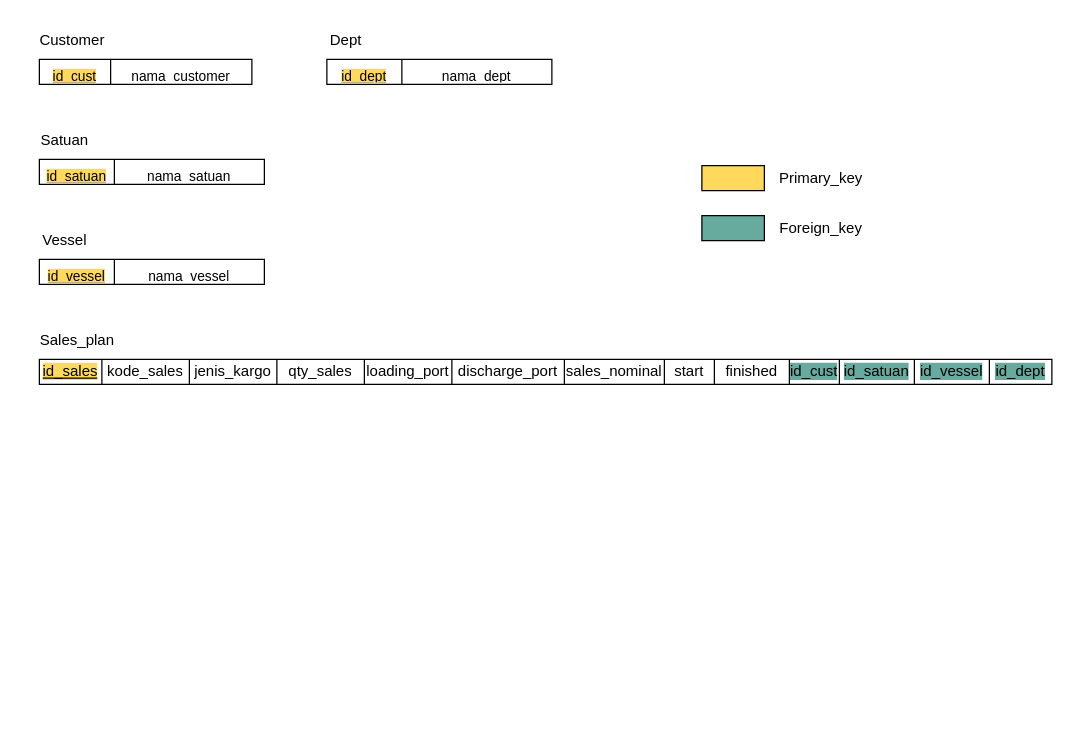
This is page "Relational Schema" (3 of 3) of MMM.drawio from Mabrural/mitra-maritim, a draw.io file, before an edit. Source tidied: cells renumbered, new cells numbered last; positions are measured from the earlier drawing's top-left corner, leaving out a move shared by most shapes. Both pictures are drawn from the tidied source at 125%, with x=0, y=0 at pixel (21, 21).
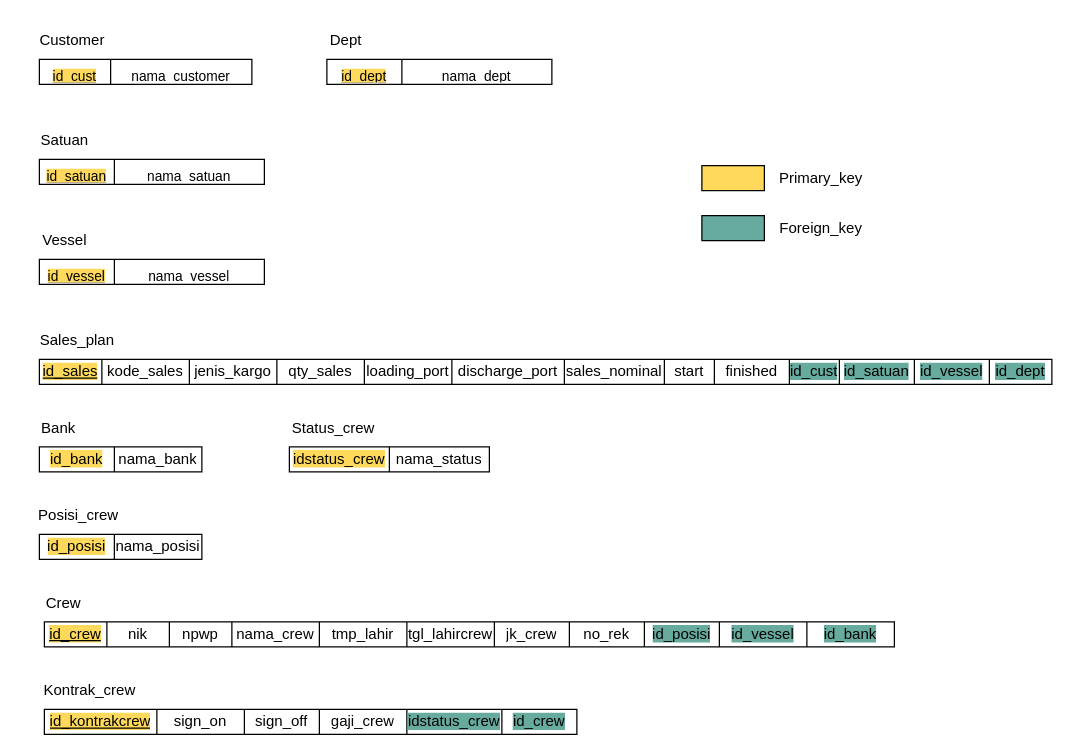
Above is the later version.

Commit message (it also covers changes not shown here):
CRUD kontrak crew sudah berhasil, update database sistem.sql, dan file desain draw.io

Change to the diagram source:
```diff
@@
+    <mxCell id="42" value="Crew" style="text;html=1;align=center;verticalAlign=middle;strokeColor=none;fillColor=none;" parent="1" vertex="1">
+      <mxGeometry x="8" y="450" width="50" height="30" as="geometry" />
+    </mxCell>
+    <mxCell id="43" style="shape=table;startSize=0;childLayout=tableLayout;" parent="1" vertex="1">
+      <mxGeometry x="18" y="480" width="680" height="20" as="geometry" />
+    </mxCell>
+    <mxCell id="44" style="shape=tableRow;horizontal=0;startSize=0;swimlaneHead=0;swimlaneBody=0;strokeColor=inherit;top=0;left=0;bottom=0;right=0;fillColor=none;" parent="43" vertex="1">
+      <mxGeometry width="680" height="20" as="geometry" />
+    </mxCell>
+    <mxCell id="45" value="&lt;u style=&quot;background-color: rgb(255, 217, 92);&quot;&gt;id_crew&lt;/u&gt;" style="shape=partialRectangle;html=1;whiteSpace=wrap;strokeColor=inherit;overflow=hidden;fillColor=none;top=0;left=0;bottom=0;right=0;" parent="44" vertex="1">
+      <mxGeometry width="50" height="20" as="geometry" />
+    </mxCell>
+    <mxCell id="46" value="nik" style="shape=partialRectangle;html=1;whiteSpace=wrap;strokeColor=inherit;overflow=hidden;fillColor=none;top=0;left=0;bottom=0;right=0;" parent="44" vertex="1">
+      <mxGeometry x="50" width="50" height="20" as="geometry" />
+    </mxCell>
+    <mxCell id="47" value="npwp" style="shape=partialRectangle;html=1;whiteSpace=wrap;strokeColor=inherit;overflow=hidden;fillColor=none;top=0;left=0;bottom=0;right=0;" parent="44" vertex="1">
+      <mxGeometry x="100" width="50" height="20" as="geometry" />
+    </mxCell>
+    <mxCell id="48" value="nama_crew" style="shape=partialRectangle;html=1;whiteSpace=wrap;strokeColor=inherit;overflow=hidden;fillColor=none;top=0;left=0;bottom=0;right=0;" parent="44" vertex="1">
+      <mxGeometry x="150" width="70" height="20" as="geometry" />
+    </mxCell>
+    <mxCell id="49" value="tmp_lahir" style="shape=partialRectangle;html=1;whiteSpace=wrap;strokeColor=inherit;overflow=hidden;fillColor=none;top=0;left=0;bottom=0;right=0;" parent="44" vertex="1">
+      <mxGeometry x="220" width="70" height="20" as="geometry" />
+    </mxCell>
+    <mxCell id="50" value="tgl_lahircrew" style="shape=partialRectangle;html=1;whiteSpace=wrap;strokeColor=inherit;overflow=hidden;fillColor=none;top=0;left=0;bottom=0;right=0;" parent="44" vertex="1">
+      <mxGeometry x="290" width="70" height="20" as="geometry" />
+    </mxCell>
+    <mxCell id="51" value="jk_crew" style="shape=partialRectangle;html=1;whiteSpace=wrap;strokeColor=inherit;overflow=hidden;fillColor=none;top=0;left=0;bottom=0;right=0;" parent="44" vertex="1">
+      <mxGeometry x="360" width="60" height="20" as="geometry" />
+    </mxCell>
+    <mxCell id="52" value="no_rek" style="shape=partialRectangle;html=1;whiteSpace=wrap;strokeColor=inherit;overflow=hidden;fillColor=none;top=0;left=0;bottom=0;right=0;" parent="44" vertex="1">
+      <mxGeometry x="420" width="60" height="20" as="geometry" />
+    </mxCell>
+    <mxCell id="53" value="&lt;span style=&quot;background-color: rgb(103, 171, 159);&quot;&gt;id_posisi&lt;/span&gt;" style="shape=partialRectangle;html=1;whiteSpace=wrap;strokeColor=inherit;overflow=hidden;fillColor=none;top=0;left=0;bottom=0;right=0;" parent="44" vertex="1">
+      <mxGeometry x="480" width="60" height="20" as="geometry" />
+    </mxCell>
+    <mxCell id="54" value="&lt;span style=&quot;background-color: rgb(103, 171, 159);&quot;&gt;id_vessel&lt;/span&gt;" style="shape=partialRectangle;html=1;whiteSpace=wrap;strokeColor=inherit;overflow=hidden;fillColor=none;top=0;left=0;bottom=0;right=0;" parent="44" vertex="1">
+      <mxGeometry x="540" width="70" height="20" as="geometry" />
+    </mxCell>
+    <mxCell id="55" value="&lt;span style=&quot;background-color: rgb(103, 171, 159);&quot;&gt;id_bank&lt;/span&gt;" style="shape=partialRectangle;html=1;whiteSpace=wrap;strokeColor=inherit;overflow=hidden;fillColor=none;top=0;left=0;bottom=0;right=0;" parent="44" vertex="1">
+      <mxGeometry x="610" width="70" height="20" as="geometry" />
+    </mxCell>
+    <mxCell id="56" value="Kontrak_crew" style="text;html=1;align=center;verticalAlign=middle;strokeColor=none;fillColor=none;" parent="1" vertex="1">
+      <mxGeometry x="4" y="520" width="100" height="30" as="geometry" />
+    </mxCell>
+    <mxCell id="57" style="shape=table;startSize=0;childLayout=tableLayout;" parent="1" vertex="1">
+      <mxGeometry x="18" y="550" width="426" height="20" as="geometry" />
+    </mxCell>
+    <mxCell id="58" style="shape=tableRow;horizontal=0;startSize=0;swimlaneHead=0;swimlaneBody=0;strokeColor=inherit;top=0;left=0;bottom=0;right=0;fillColor=none;" parent="57" vertex="1">
+      <mxGeometry width="426" height="20" as="geometry" />
+    </mxCell>
+    <mxCell id="59" value="&lt;u style=&quot;background-color: rgb(255, 217, 92);&quot;&gt;id_kontrakcrew&lt;/u&gt;" style="shape=partialRectangle;html=1;whiteSpace=wrap;strokeColor=inherit;overflow=hidden;fillColor=none;top=0;left=0;bottom=0;right=0;" parent="58" vertex="1">
+      <mxGeometry width="90" height="20" as="geometry" />
+    </mxCell>
+    <mxCell id="60" value="sign_on" style="shape=partialRectangle;html=1;whiteSpace=wrap;strokeColor=inherit;overflow=hidden;fillColor=none;top=0;left=0;bottom=0;right=0;" parent="58" vertex="1">
+      <mxGeometry x="90" width="70" height="20" as="geometry" />
+    </mxCell>
+    <mxCell id="61" value="sign_off" style="shape=partialRectangle;html=1;whiteSpace=wrap;strokeColor=inherit;overflow=hidden;fillColor=none;top=0;left=0;bottom=0;right=0;" parent="58" vertex="1">
+      <mxGeometry x="160" width="60" height="20" as="geometry" />
+    </mxCell>
+    <mxCell id="62" value="gaji_crew" style="shape=partialRectangle;html=1;whiteSpace=wrap;strokeColor=inherit;overflow=hidden;fillColor=none;top=0;left=0;bottom=0;right=0;" parent="58" vertex="1">
+      <mxGeometry x="220" width="70" height="20" as="geometry" />
+    </mxCell>
+    <mxCell id="63" value="&lt;span style=&quot;background-color: rgb(103, 171, 159);&quot;&gt;idstatus_crew&lt;/span&gt;" style="shape=partialRectangle;html=1;whiteSpace=wrap;strokeColor=inherit;overflow=hidden;fillColor=none;top=0;left=0;bottom=0;right=0;" parent="58" vertex="1">
+      <mxGeometry x="290" width="76" height="20" as="geometry" />
+    </mxCell>
+    <mxCell id="64" value="&lt;span style=&quot;background-color: rgb(103, 171, 159);&quot;&gt;id_crew&lt;/span&gt;" style="shape=partialRectangle;html=1;whiteSpace=wrap;strokeColor=inherit;overflow=hidden;fillColor=none;top=0;left=0;bottom=0;right=0;" parent="58" vertex="1">
+      <mxGeometry x="366" width="60" height="20" as="geometry" />
+    </mxCell>
+    <mxCell id="65" value="Bank" style="text;html=1;align=center;verticalAlign=middle;strokeColor=none;fillColor=none;" parent="1" vertex="1">
+      <mxGeometry x="4" y="310" width="50" height="30" as="geometry" />
+    </mxCell>
+    <mxCell id="66" style="shape=table;startSize=0;childLayout=tableLayout;" parent="1" vertex="1">
+      <mxGeometry x="14" y="340" width="130" height="20" as="geometry" />
+    </mxCell>
+    <mxCell id="67" style="shape=tableRow;horizontal=0;startSize=0;swimlaneHead=0;swimlaneBody=0;strokeColor=inherit;top=0;left=0;bottom=0;right=0;fillColor=none;" parent="66" vertex="1">
+      <mxGeometry width="130" height="20" as="geometry" />
+    </mxCell>
+    <mxCell id="68" value="&lt;span style=&quot;background-color: rgb(255, 217, 92);&quot;&gt;id_bank&lt;/span&gt;" style="shape=partialRectangle;html=1;whiteSpace=wrap;strokeColor=inherit;overflow=hidden;fillColor=none;top=0;left=0;bottom=0;right=0;" parent="67" vertex="1">
+      <mxGeometry width="60" height="20" as="geometry" />
+    </mxCell>
+    <mxCell id="69" value="nama_bank" style="shape=partialRectangle;html=1;whiteSpace=wrap;strokeColor=inherit;overflow=hidden;fillColor=none;top=0;left=0;bottom=0;right=0;" parent="67" vertex="1">
+      <mxGeometry x="60" width="70" height="20" as="geometry" />
+    </mxCell>
+    <mxCell id="70" value="Posisi_crew" style="text;html=1;align=center;verticalAlign=middle;strokeColor=none;fillColor=none;" parent="1" vertex="1">
+      <mxGeometry y="380" width="90" height="30" as="geometry" />
+    </mxCell>
+    <mxCell id="71" style="shape=table;startSize=0;childLayout=tableLayout;" parent="1" vertex="1">
+      <mxGeometry x="14" y="410" width="130" height="20" as="geometry" />
+    </mxCell>
+    <mxCell id="72" style="shape=tableRow;horizontal=0;startSize=0;swimlaneHead=0;swimlaneBody=0;strokeColor=inherit;top=0;left=0;bottom=0;right=0;fillColor=none;" parent="71" vertex="1">
+      <mxGeometry width="130" height="20" as="geometry" />
+    </mxCell>
+    <mxCell id="73" value="&lt;span style=&quot;background-color: rgb(255, 217, 92);&quot;&gt;id_posisi&lt;/span&gt;" style="shape=partialRectangle;html=1;whiteSpace=wrap;strokeColor=inherit;overflow=hidden;fillColor=none;top=0;left=0;bottom=0;right=0;" parent="72" vertex="1">
+      <mxGeometry width="60" height="20" as="geometry" />
+    </mxCell>
+    <mxCell id="74" value="nama_posisi" style="shape=partialRectangle;html=1;whiteSpace=wrap;strokeColor=inherit;overflow=hidden;fillColor=none;top=0;left=0;bottom=0;right=0;" parent="72" vertex="1">
+      <mxGeometry x="60" width="70" height="20" as="geometry" />
+    </mxCell>
+    <mxCell id="75" value="Status_crew" style="text;html=1;align=center;verticalAlign=middle;strokeColor=none;fillColor=none;" parent="1" vertex="1">
+      <mxGeometry x="204" y="310" width="90" height="30" as="geometry" />
+    </mxCell>
+    <mxCell id="76" style="shape=table;startSize=0;childLayout=tableLayout;" parent="1" vertex="1">
+      <mxGeometry x="214" y="340" width="160" height="20" as="geometry" />
+    </mxCell>
+    <mxCell id="77" style="shape=tableRow;horizontal=0;startSize=0;swimlaneHead=0;swimlaneBody=0;strokeColor=inherit;top=0;left=0;bottom=0;right=0;fillColor=none;" parent="76" vertex="1">
+      <mxGeometry width="160" height="20" as="geometry" />
+    </mxCell>
+    <mxCell id="78" value="&lt;span style=&quot;background-color: rgb(255, 217, 92);&quot;&gt;idstatus_crew&lt;/span&gt;" style="shape=partialRectangle;html=1;whiteSpace=wrap;strokeColor=inherit;overflow=hidden;fillColor=none;top=0;left=0;bottom=0;right=0;" parent="77" vertex="1">
+      <mxGeometry width="80" height="20" as="geometry" />
+    </mxCell>
+    <mxCell id="79" value="nama_status" style="shape=partialRectangle;html=1;whiteSpace=wrap;strokeColor=inherit;overflow=hidden;fillColor=none;top=0;left=0;bottom=0;right=0;" parent="77" vertex="1">
+      <mxGeometry x="80" width="80" height="20" as="geometry" />
+    </mxCell>
```
